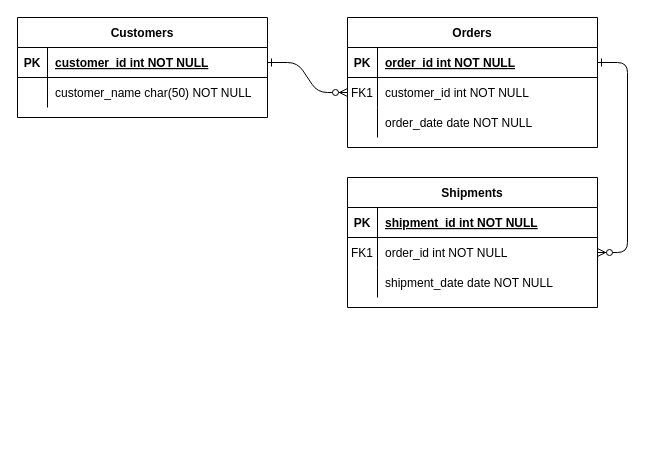
Earlier version of the draw.io diagram Untitled Diagram.drawio (David-Nicholas/DineIn). Source tidied: cells renumbered, new cells numbered last; positions are measured from the earlier drawing's top-left corner, leaving out a move shared by most shapes. Both pictures are drawn from the tidied source at 100%, with x=0, y=0 at pixel (17, 17).
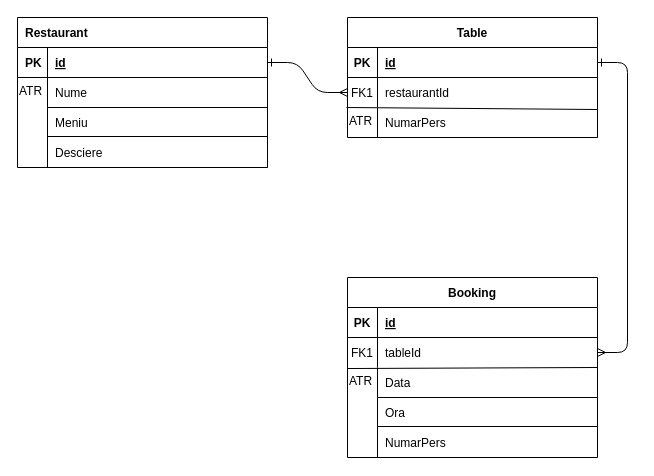
Above is the later version.

The change refers to these unchanged cells:
```xml
<mxCell id="5" style="shape=partialRectangle;fillColor=none;points=[[0,0.5],[1,0.5]];portConstraint=eastwest;top=0;left=0;right=0;bottom=1;" parent="4" vertex="1">
  <mxGeometry y="30" width="250" height="30" as="geometry" />
</mxCell>
<mxCell id="8" style="shape=partialRectangle;fillColor=none;points=[[0,0.5],[1,0.5]];portConstraint=eastwest;top=0;left=0;right=0;bottom=0;" parent="4" vertex="1">
  <mxGeometry y="60" width="250" height="30" as="geometry" />
</mxCell>
<mxCell id="11" style="shape=partialRectangle;fillColor=none;top=0;left=0;right=0;bottom=0;" parent="4" vertex="1">
  <mxGeometry y="90" width="250" height="30" as="geometry" />
</mxCell>
<mxCell id="15" style="shape=partialRectangle;fillColor=none;top=0;left=0;right=0;bottom=1;" parent="14" vertex="1">
  <mxGeometry y="30" width="250" height="30" as="geometry" />
</mxCell>
<mxCell id="18" style="shape=partialRectangle;fillColor=none;points=[[0,0.5],[1,0.5]];portConstraint=eastwest;top=0;left=0;right=0;bottom=0;" parent="14" vertex="1">
  <mxGeometry y="60" width="250" height="30" as="geometry" />
</mxCell>
<mxCell id="21" style="shape=partialRectangle;fillColor=none;top=0;left=0;right=0;bottom=0;" parent="14" vertex="1">
  <mxGeometry y="90" width="250" height="30" as="geometry" />
</mxCell>
```

Diff of the diagram source:
```diff
@@
-    <mxCell id="2" style="edgeStyle=entityRelationEdgeStyle;endArrow=ERzeroToMany;startArrow=ERone;endFill=1;startFill=0;" parent="1" edge="1" source="25" target="8">
+    <mxCell id="2" style="edgeStyle=entityRelationEdgeStyle;endArrow=ERmany;startArrow=ERone;endFill=0;startFill=0;" parent="1" edge="1" source="25" target="8">
       <mxGeometry relative="1" as="geometry" />
     </mxCell>
-    <mxCell id="3" style="edgeStyle=entityRelationEdgeStyle;endArrow=ERzeroToMany;startArrow=ERone;endFill=1;startFill=0;" parent="1" edge="1" source="5" target="18">
+    <mxCell id="3" style="edgeStyle=entityRelationEdgeStyle;endArrow=ERmany;startArrow=ERone;endFill=0;startFill=0;" parent="1" edge="1" source="5" target="18">
       <mxGeometry relative="1" as="geometry" />
     </mxCell>
-    <mxCell id="4" value="Orders" style="shape=table;startSize=30;childLayout=tableLayout;rowLines=0;fontStyle=1;align=center;" parent="1" vertex="1">
-      <mxGeometry x="330" width="250" height="130" as="geometry" />
+    <mxCell id="4" value="Table" style="shape=table;startSize=30;childLayout=tableLayout;rowLines=0;fontStyle=1;align=center;" parent="1" vertex="1">
+      <mxGeometry x="330" width="250" height="120" as="geometry" />
     </mxCell>
@@
-    <mxCell id="7" value="order_id int NOT NULL " style="shape=partialRectangle;overflow=hidden;fillColor=none;top=0;left=0;bottom=0;right=0;align=left;spacingLeft=6;fontStyle=5;" parent="5" vertex="1">
+    <mxCell id="7" value="id" style="shape=partialRectangle;overflow=hidden;fillColor=none;top=0;left=0;bottom=0;right=0;align=left;spacingLeft=6;fontStyle=5;" parent="5" vertex="1">
       <mxGeometry x="30" width="220" height="30" as="geometry" />
     </mxCell>
@@
-    <mxCell id="10" value="customer_id int NOT NULL" style="shape=partialRectangle;overflow=hidden;fillColor=none;top=0;left=0;bottom=0;right=0;align=left;spacingLeft=6;" parent="8" vertex="1">
+    <mxCell id="10" value="restaurantId" style="shape=partialRectangle;overflow=hidden;fillColor=none;top=0;left=0;bottom=0;right=0;align=left;spacingLeft=6;" parent="8" vertex="1">
       <mxGeometry x="30" width="220" height="30" as="geometry" />
     </mxCell>
@@
-    <mxCell id="13" value="order_date date NOT NULL" style="shape=partialRectangle;overflow=hidden;fillColor=none;top=0;left=0;bottom=0;right=0;align=left;spacingLeft=6;" parent="11" vertex="1">
+    <mxCell id="13" value="NumarPers" style="shape=partialRectangle;overflow=hidden;fillColor=none;top=0;left=0;bottom=0;right=0;align=left;spacingLeft=6;" parent="11" vertex="1">
       <mxGeometry x="30" width="220" height="30" as="geometry" />
     </mxCell>
-    <mxCell id="14" value="Shipments" style="shape=table;startSize=30;childLayout=tableLayout;rowLines=0;fontStyle=1;align=center;" parent="1" vertex="1">
-      <mxGeometry x="330" y="160" width="250" height="130" as="geometry" />
+    <mxCell id="14" value="Booking" style="shape=table;startSize=30;childLayout=tableLayout;rowLines=0;fontStyle=1;align=center;" parent="1" vertex="1">
+      <mxGeometry x="330" y="260" width="250" height="180" as="geometry" />
     </mxCell>
@@
-    <mxCell id="17" value="shipment_id int NOT NULL " style="shape=partialRectangle;overflow=hidden;fillColor=none;top=0;left=0;bottom=0;right=0;align=left;spacingLeft=6;fontStyle=5;" parent="15" vertex="1">
+    <mxCell id="17" value="id" style="shape=partialRectangle;overflow=hidden;fillColor=none;top=0;left=0;bottom=0;right=0;align=left;spacingLeft=6;fontStyle=5;" parent="15" vertex="1">
       <mxGeometry x="30" width="220" height="30" as="geometry" />
     </mxCell>
@@
-    <mxCell id="20" value="order_id int NOT NULL" style="shape=partialRectangle;overflow=hidden;fillColor=none;top=0;left=0;bottom=0;right=0;align=left;spacingLeft=6;" parent="18" vertex="1">
+    <mxCell id="20" value="tableId" style="shape=partialRectangle;overflow=hidden;fillColor=none;top=0;left=0;bottom=0;right=0;align=left;spacingLeft=6;" parent="18" vertex="1">
       <mxGeometry x="30" width="220" height="30" as="geometry" />
     </mxCell>
@@
-    <mxCell id="23" value="shipment_date date NOT NULL" style="shape=partialRectangle;overflow=hidden;fillColor=none;top=0;left=0;bottom=0;right=0;align=left;spacingLeft=6;" parent="21" vertex="1">
+    <mxCell id="23" value="Data" style="shape=partialRectangle;overflow=hidden;fillColor=none;top=0;left=0;bottom=0;right=0;align=left;spacingLeft=6;" parent="21" vertex="1">
       <mxGeometry x="30" width="220" height="30" as="geometry" />
     </mxCell>
-    <mxCell id="24" value="Customers" style="shape=table;startSize=30;childLayout=tableLayout;rowLines=0;fontStyle=1;align=center;" parent="1" vertex="1">
-      <mxGeometry width="250" height="100" as="geometry" />
+    <mxCell id="24" value="Restaurant" style="shape=table;startSize=30;childLayout=tableLayout;rowLines=0;fontStyle=1;align=left;strokeColor=default;verticalAlign=middle;spacingLeft=6;fontFamily=Helvetica;fontSize=12;fontColor=default;fillColor=none;" parent="1" vertex="1">
+      <mxGeometry width="250" height="150" as="geometry" />
     </mxCell>
-    <mxCell id="25" style="shape=partialRectangle;fillColor=none;points=[[0,0.5],[1,0.5]];portConstraint=eastwest;top=0;left=0;right=0;bottom=1;" parent="24" vertex="1">
+    <mxCell id="25" style="shape=partialRectangle;fillColor=none;points=[[0,0.5],[1,0.5]];portConstraint=eastwest;top=0;left=0;right=0;bottom=1;strokeColor=default;align=left;verticalAlign=middle;spacingLeft=6;fontFamily=Helvetica;fontSize=12;fontColor=default;" parent="24" vertex="1">
       <mxGeometry y="30" width="250" height="30" as="geometry" />
     </mxCell>
-    <mxCell id="26" value="PK" style="shape=partialRectangle;overflow=hidden;fillColor=none;top=0;left=0;bottom=0;right=0;fontStyle=1;" parent="25" vertex="1">
+    <mxCell id="26" value="PK" style="shape=partialRectangle;overflow=hidden;fillColor=none;top=0;left=0;bottom=0;right=0;fontStyle=1;strokeColor=default;align=left;verticalAlign=middle;spacingLeft=6;fontFamily=Helvetica;fontSize=12;fontColor=default;" parent="25" vertex="1">
       <mxGeometry width="30" height="30" as="geometry" />
     </mxCell>
-    <mxCell id="27" value="customer_id int NOT NULL " style="shape=partialRectangle;overflow=hidden;fillColor=none;top=0;left=0;bottom=0;right=0;align=left;spacingLeft=6;fontStyle=5;" parent="25" vertex="1">
+    <mxCell id="27" value="id" style="shape=partialRectangle;overflow=hidden;fillColor=none;top=0;left=0;bottom=0;right=0;align=left;spacingLeft=6;fontStyle=5;strokeColor=default;verticalAlign=middle;fontFamily=Helvetica;fontSize=12;fontColor=default;" parent="25" vertex="1">
       <mxGeometry x="30" width="220" height="30" as="geometry" />
     </mxCell>
-    <mxCell id="28" style="shape=partialRectangle;fillColor=none;top=0;left=0;right=0;bottom=0;" parent="24" vertex="1">
+    <mxCell id="28" style="shape=partialRectangle;fillColor=none;top=0;left=0;right=0;bottom=0;strokeColor=default;align=left;verticalAlign=middle;spacingLeft=6;fontFamily=Helvetica;fontSize=12;fontColor=default;" parent="24" vertex="1">
       <mxGeometry y="60" width="250" height="30" as="geometry" />
     </mxCell>
-    <mxCell id="29" style="shape=partialRectangle;overflow=hidden;fillColor=none;top=0;left=0;bottom=0;right=0;" parent="28" vertex="1">
+    <mxCell id="29" style="shape=partialRectangle;overflow=hidden;fillColor=none;top=0;left=0;bottom=0;right=0;strokeColor=default;align=left;verticalAlign=middle;spacingLeft=6;fontFamily=Helvetica;fontSize=12;fontColor=default;" parent="28" vertex="1">
       <mxGeometry width="30" height="30" as="geometry" />
     </mxCell>
-    <mxCell id="30" value="customer_name char(50) NOT NULL" style="shape=partialRectangle;overflow=hidden;fillColor=none;top=0;left=0;bottom=0;right=0;align=left;spacingLeft=6;" parent="28" vertex="1">
+    <mxCell id="30" value="Nume" style="shape=partialRectangle;overflow=hidden;fillColor=none;top=0;left=0;bottom=0;right=0;align=left;spacingLeft=6;strokeColor=default;verticalAlign=middle;fontFamily=Helvetica;fontSize=12;fontColor=default;" parent="28" vertex="1">
       <mxGeometry x="30" width="220" height="30" as="geometry" />
     </mxCell>
+    <mxCell id="31" value="Meniu" style="shape=partialRectangle;overflow=hidden;fillColor=none;top=0;left=0;bottom=0;right=0;align=left;spacingLeft=6;strokeColor=default;verticalAlign=middle;fontFamily=Helvetica;fontSize=12;fontColor=default;" parent="1" vertex="1">
+      <mxGeometry x="30" y="90" width="220" height="30" as="geometry" />
+    </mxCell>
+    <mxCell id="32" value="Desciere" style="shape=partialRectangle;overflow=hidden;fillColor=none;top=0;left=0;bottom=0;right=0;align=left;spacingLeft=6;strokeColor=default;verticalAlign=middle;fontFamily=Helvetica;fontSize=12;fontColor=default;" parent="1" vertex="1">
+      <mxGeometry x="30" y="120" width="220" height="30" as="geometry" />
+    </mxCell>
+    <mxCell id="33" value="NumarPers" style="shape=partialRectangle;overflow=hidden;fillColor=none;top=0;left=0;bottom=0;right=0;align=left;spacingLeft=6;" parent="1" vertex="1">
+      <mxGeometry x="360" y="410" width="220" height="30" as="geometry" />
+    </mxCell>
+    <mxCell id="34" value="Ora" style="shape=partialRectangle;overflow=hidden;fillColor=none;top=0;left=0;bottom=0;right=0;align=left;spacingLeft=6;" parent="1" vertex="1">
+      <mxGeometry x="360" y="380" width="220" height="30" as="geometry" />
+    </mxCell>
+    <mxCell id="35" style="endArrow=none;html=1;rounded=0;" parent="1" edge="1">
+      <mxGeometry relative="1" as="geometry">
+        <mxPoint x="30" y="90" as="sourcePoint" />
+        <mxPoint x="250" y="90" as="targetPoint" />
+      </mxGeometry>
+    </mxCell>
+    <mxCell id="36" style="endArrow=none;html=1;rounded=0;exitX=-0.004;exitY=-0.067;exitDx=0;exitDy=0;exitPerimeter=0;" parent="1" edge="1">
+      <mxGeometry relative="1" as="geometry">
+        <mxPoint x="329" y="90" as="sourcePoint" />
+        <mxPoint x="580" y="92" as="targetPoint" />
+      </mxGeometry>
+    </mxCell>
+    <mxCell id="37" style="endArrow=none;html=1;rounded=0;" parent="1" edge="1">
+      <mxGeometry relative="1" as="geometry">
+        <mxPoint x="30" y="119" as="sourcePoint" />
+        <mxPoint x="250" y="119" as="targetPoint" />
+      </mxGeometry>
+    </mxCell>
+    <mxCell id="38" style="endArrow=none;html=1;rounded=0;" parent="1" edge="1">
+      <mxGeometry relative="1" as="geometry">
+        <mxPoint x="360" y="120" as="sourcePoint" />
+        <mxPoint x="580" y="120" as="targetPoint" />
+      </mxGeometry>
+    </mxCell>
+    <mxCell id="39" style="endArrow=none;html=1;rounded=0;" parent="1" edge="1">
+      <mxGeometry relative="1" as="geometry">
+        <mxPoint x="30" y="150" as="sourcePoint" />
+        <mxPoint x="250" y="150" as="targetPoint" />
+      </mxGeometry>
+    </mxCell>
+    <mxCell id="40" style="endArrow=none;html=1;rounded=0;exitX=-0.004;exitY=0.034;exitDx=0;exitDy=0;exitPerimeter=0;" parent="1" edge="1" source="47">
+      <mxGeometry relative="1" as="geometry">
+        <mxPoint x="580" y="350" as="targetPoint" />
+      </mxGeometry>
+    </mxCell>
+    <mxCell id="41" style="endArrow=none;html=1;rounded=0;" parent="1" edge="1">
+      <mxGeometry relative="1" as="geometry">
+        <mxPoint x="360" y="380" as="sourcePoint" />
+        <mxPoint x="580" y="380" as="targetPoint" />
+      </mxGeometry>
+    </mxCell>
+    <mxCell id="42" style="endArrow=none;html=1;rounded=0;" parent="1" edge="1">
+      <mxGeometry relative="1" as="geometry">
+        <mxPoint x="360" y="409" as="sourcePoint" />
+        <mxPoint x="580" y="409" as="targetPoint" />
+      </mxGeometry>
+    </mxCell>
+    <mxCell id="43" style="endArrow=none;html=1;rounded=0;" parent="1" edge="1">
+      <mxGeometry relative="1" as="geometry">
+        <mxPoint x="30" y="90" as="sourcePoint" />
+        <mxPoint x="30" y="150" as="targetPoint" />
+      </mxGeometry>
+    </mxCell>
+    <mxCell id="44" style="endArrow=none;html=1;rounded=0;" parent="1" edge="1">
+      <mxGeometry relative="1" as="geometry">
+        <mxPoint x="360" y="380" as="sourcePoint" />
+        <mxPoint x="360" y="440" as="targetPoint" />
+      </mxGeometry>
+    </mxCell>
+    <mxCell id="45" value="ATR" style="text;whiteSpace=wrap;html=1;" parent="1" vertex="1">
+      <mxGeometry y="60" width="30" height="30" as="geometry" />
+    </mxCell>
+    <mxCell id="46" value="ATR" style="text;whiteSpace=wrap;html=1;" parent="1" vertex="1">
+      <mxGeometry x="330" y="90" width="30" height="30" as="geometry" />
+    </mxCell>
+    <mxCell id="47" value="ATR" style="text;whiteSpace=wrap;html=1;" parent="1" vertex="1">
+      <mxGeometry x="330" y="350" width="30" height="30" as="geometry" />
+    </mxCell>
```
